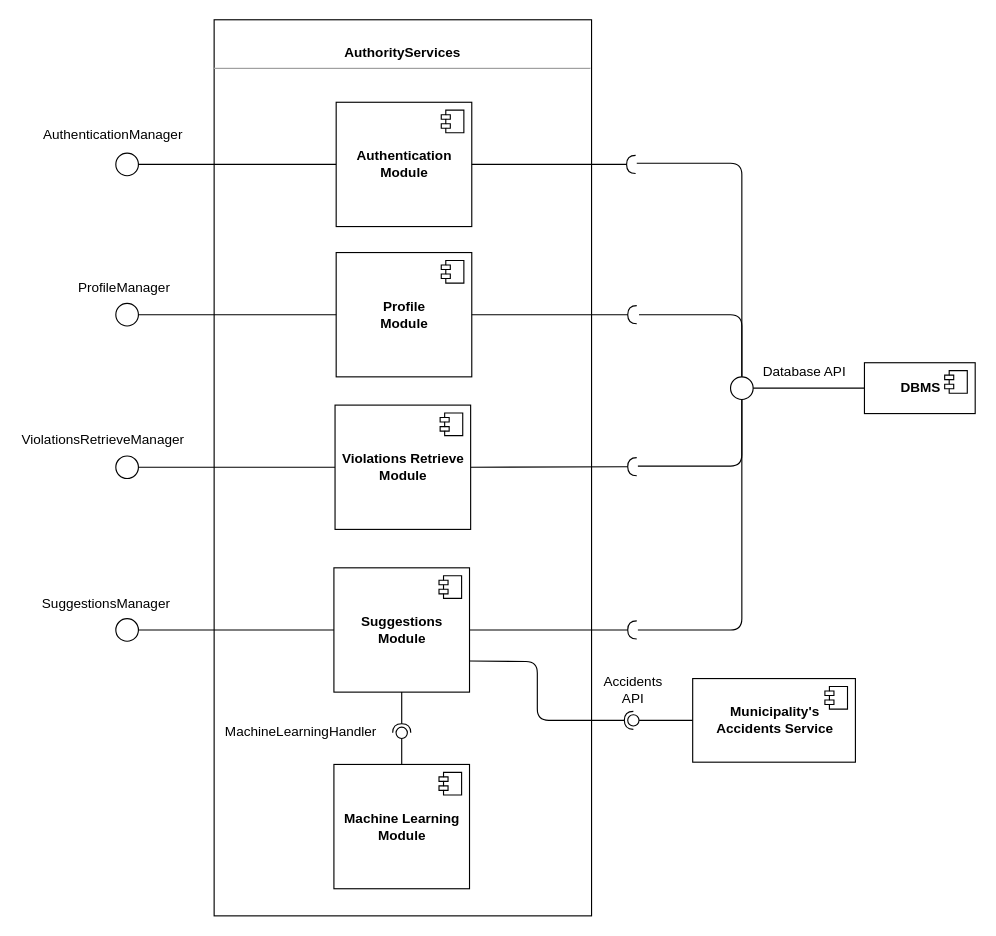
Earlier version of the draw.io diagram assets/images/diagrams/Authority_projection.drawio (Tallino/DaneseSavoldelli). Source tidied: cells renumbered, new cells numbered last; positions are measured from the earlier drawing's top-left corner, leaving out a move shared by most shapes. Both pictures are drawn from the tidied source at 113%, with x=0, y=0 at pixel (18, 19).
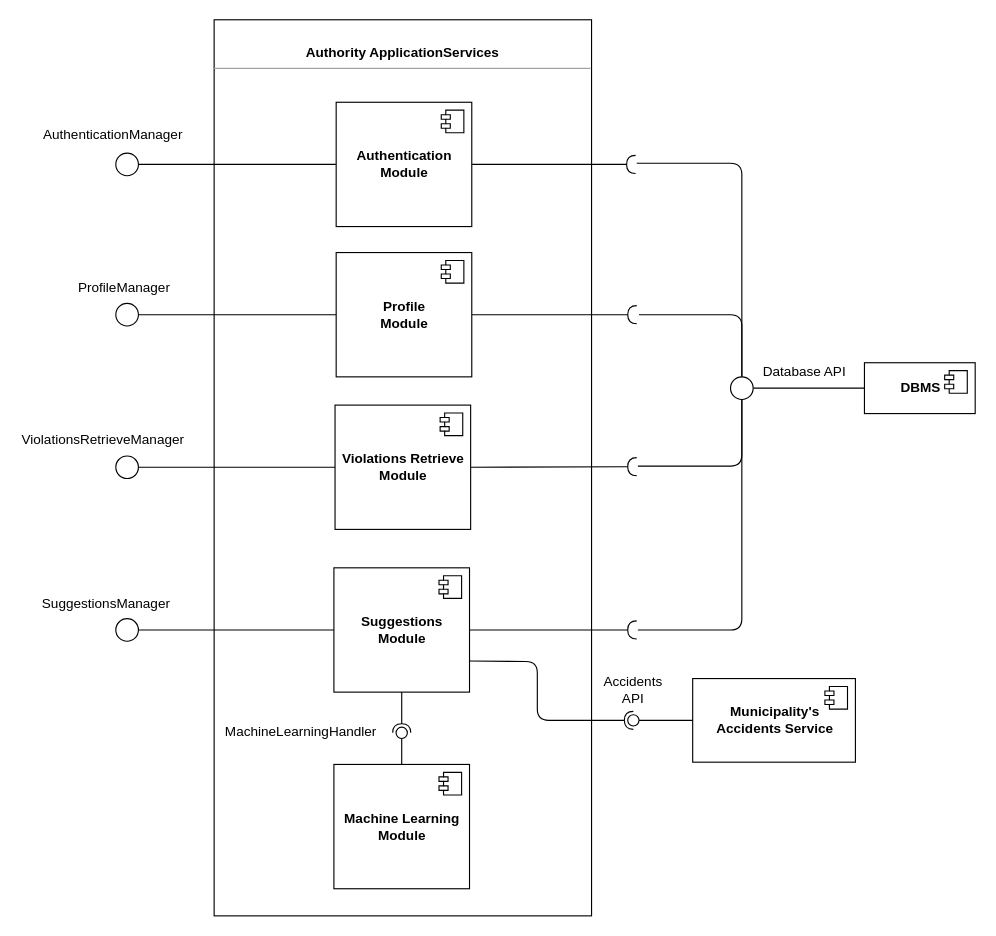
The same page after the edit.

Change to the diagram source:
```diff
@@
-    <mxCell id="2" value="&lt;p style=&quot;margin: 0px ; margin-top: 4px ; text-align: center&quot;&gt;&lt;b&gt;&lt;br&gt;&lt;/b&gt;&lt;/p&gt;&lt;p style=&quot;margin: 0px ; margin-top: 4px ; text-align: center&quot;&gt;&lt;b&gt;AuthorityServices&lt;/b&gt;&lt;br&gt;&lt;/p&gt;&lt;hr size=&quot;1&quot;&gt;&lt;p style=&quot;margin: 0px ; margin-left: 4px&quot;&gt;&lt;br&gt;&lt;/p&gt;" style="verticalAlign=top;align=left;overflow=fill;fontSize=12;fontFamily=Helvetica;html=1;" parent="1" vertex="1">
+    <mxCell id="2" value="&lt;p style=&quot;margin: 0px ; margin-top: 4px ; text-align: center&quot;&gt;&lt;b&gt;&lt;br&gt;&lt;/b&gt;&lt;/p&gt;&lt;p style=&quot;margin: 0px ; margin-top: 4px ; text-align: center&quot;&gt;&lt;b&gt;Authority ApplicationServices&lt;/b&gt;&lt;br&gt;&lt;/p&gt;&lt;hr size=&quot;1&quot;&gt;&lt;p style=&quot;margin: 0px ; margin-left: 4px&quot;&gt;&lt;br&gt;&lt;/p&gt;" style="verticalAlign=top;align=left;overflow=fill;fontSize=12;fontFamily=Helvetica;html=1;" parent="1" vertex="1">
       <mxGeometry x="173" width="334" height="793" as="geometry" />
     </mxCell>
```
